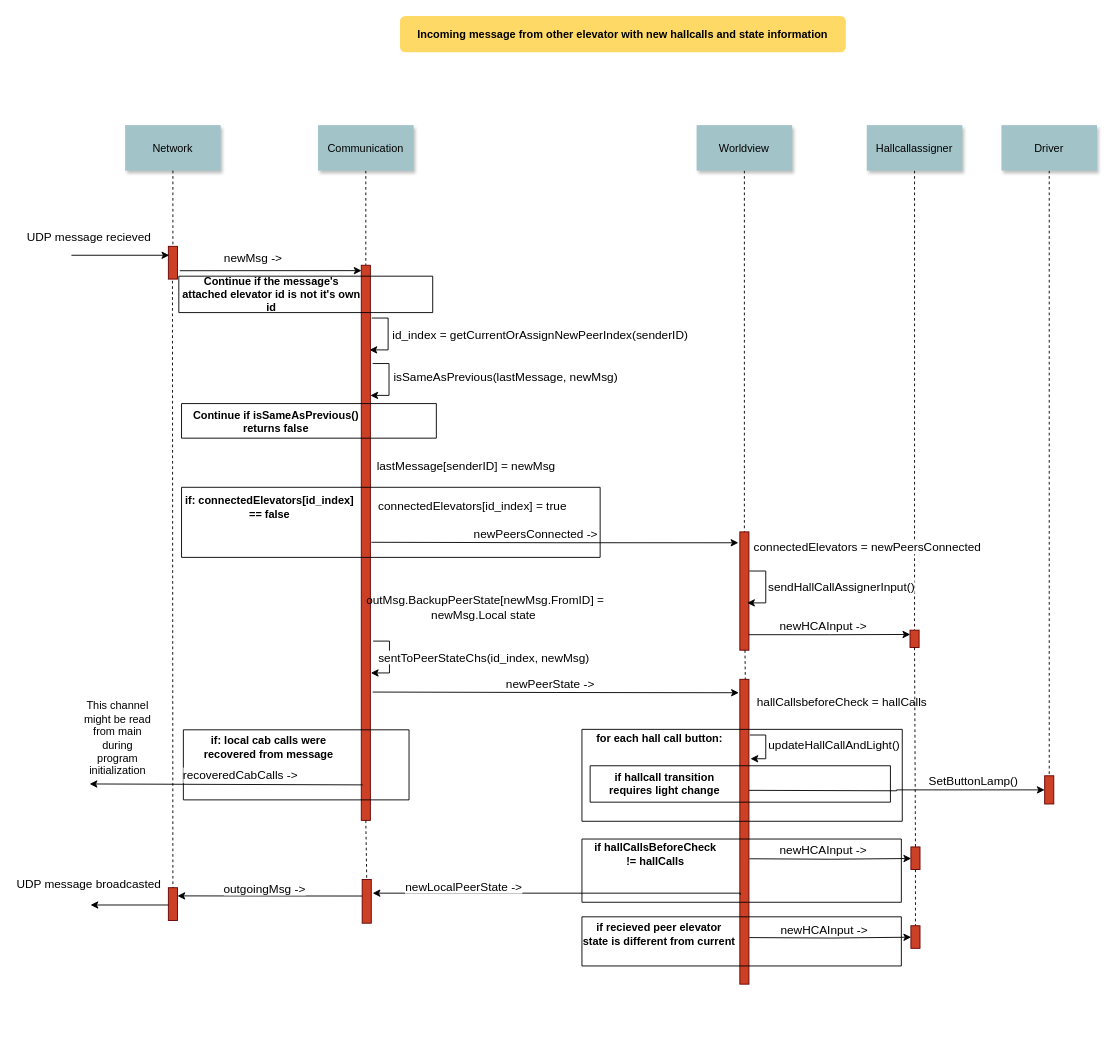
Before: Diagrammer/messageRecievedSequence.drawio in MathiasSagerup/Sanntid, a draw.io diagram. Source tidied: cells renumbered, new cells numbered last; positions are measured from the earlier drawing's top-left corner, leaving out a move shared by most shapes. Both pictures are drawn from the tidied source at 91%, with x=0, y=0 at pixel (71, 15).
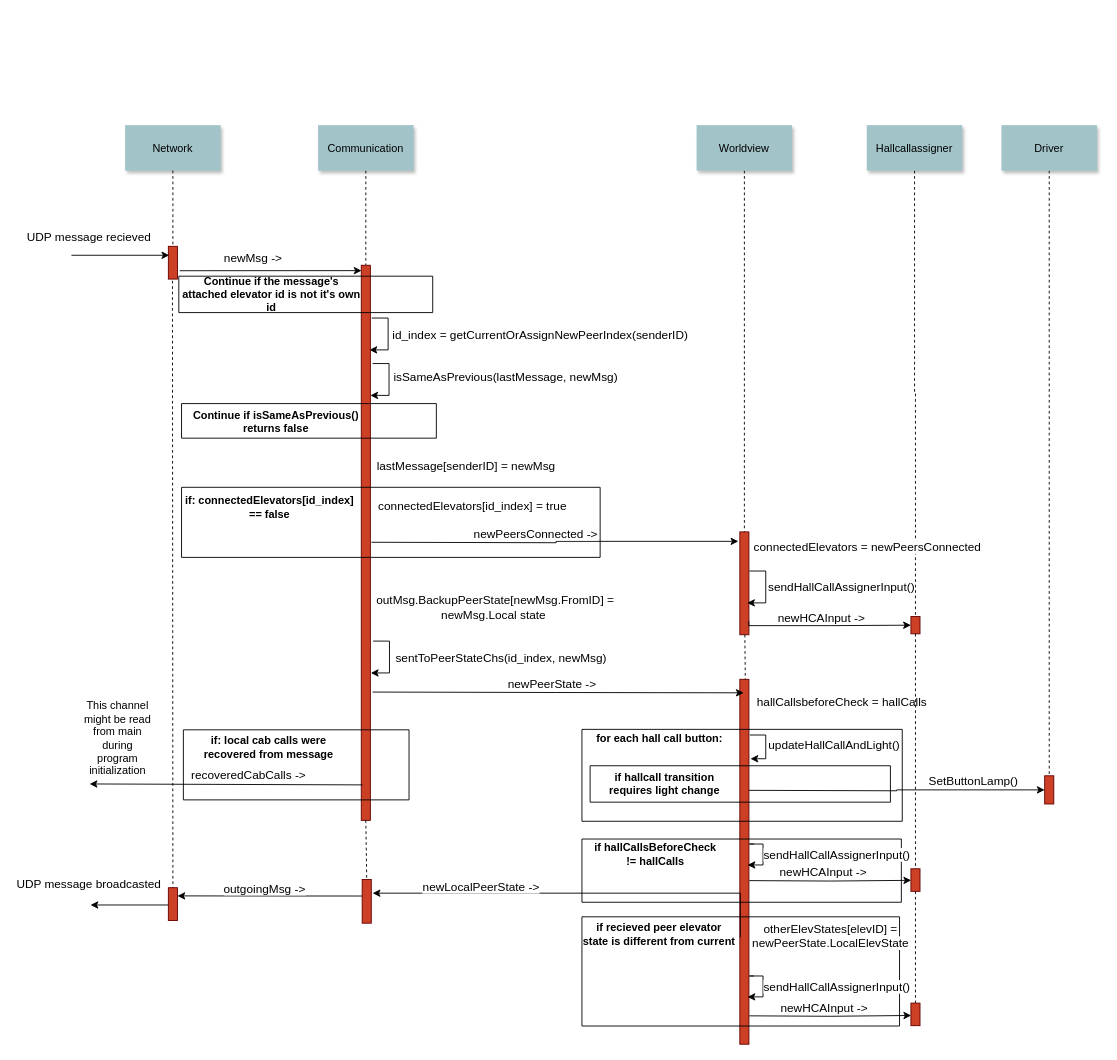
The same page after the edit.

The change refers to these unchanged cells:
```xml
<mxCell id="42" style="swimlane;startSize=0;" parent="1" vertex="1">
  <mxGeometry x="123" y="784.5" width="248" height="77" as="geometry" />
</mxCell>
<mxCell id="49" style="edgeStyle=orthogonalEdgeStyle;rounded=0;orthogonalLoop=1;jettySize=auto;html=1;" parent="1" edge="1">
  <mxGeometry relative="1" as="geometry">
    <mxPoint x="331.5" y="687" as="sourcePoint" />
    <mxPoint x="329" y="722" as="targetPoint" />
    <Array as="points">
      <mxPoint x="349.5" y="687" />
      <mxPoint x="349.5" y="722" />
    </Array>
  </mxGeometry>
</mxCell>
```

Diff of the diagram source:
```diff
@@
-    <mxCell id="2" value="Incoming message from other elevator with new hallcalls and state information" style="rounded=1;fontStyle=1;fillColor=#FFD966;strokeColor=none;" parent="1" vertex="1">
-      <mxGeometry x="361" width="490" height="40" as="geometry" />
-    </mxCell>
@@
     <mxCell id="16" style="fillColor=#CC4125;strokeColor=#660000;" parent="1" vertex="1">
-      <mxGeometry x="734.5" y="567" width="10" height="130" as="geometry" />
+      <mxGeometry x="734.5" y="567" width="10" height="113" as="geometry" />
     </mxCell>
@@
     <mxCell id="19" style="fillColor=#CC4125;strokeColor=#660000;" parent="1" vertex="1">
-      <mxGeometry x="921.5" y="675" width="10" height="19" as="geometry" />
+      <mxGeometry x="922.5" y="660" width="10" height="19" as="geometry" />
     </mxCell>
@@
-    <mxCell id="31" style="edgeStyle=orthogonalEdgeStyle;rounded=0;jettySize=auto;html=1;entryX=0.025;entryY=0.138;entryDx=0;entryDy=0;entryPerimeter=0;exitX=0.983;exitY=0.869;exitDx=0;exitDy=0;exitPerimeter=0;" parent="1" edge="1" source="16">
+    <mxCell id="31" style="edgeStyle=orthogonalEdgeStyle;rounded=0;jettySize=auto;html=1;entryX=0;entryY=0.5;entryDx=0;entryDy=0;exitX=0.983;exitY=0.869;exitDx=0;exitDy=0;exitPerimeter=0;" parent="1" edge="1" source="16" target="19">
       <mxGeometry relative="1" as="geometry">
-        <mxPoint x="921.8" y="679.7" as="targetPoint" />
+        <Array as="points">
+          <mxPoint x="744" y="670" />
+          <mxPoint x="834" y="670" />
+        </Array>
       </mxGeometry>
     </mxCell>
@@
     <mxCell id="37" style="fillColor=#CC4125;strokeColor=#660000;" parent="1" vertex="1">
-      <mxGeometry x="734.5" y="729" width="10" height="335" as="geometry" />
+      <mxGeometry x="734.5" y="729" width="10" height="401" as="geometry" />
     </mxCell>
@@
     <mxCell id="44" value="recoveredCabCalls -&gt;" style="edgeStyle=none;verticalLabelPosition=top;verticalAlign=bottom;labelPosition=left;align=right;fontSize=13;" parent="42" edge="1">
       <mxGeometry as="geometry">
         <mxPoint x="197" y="60.5" as="sourcePoint" />
         <mxPoint x="-103" y="59.5" as="targetPoint" />
-        <mxPoint x="81" as="offset" />
+        <mxPoint x="90" y="-1" as="offset" />
       </mxGeometry>
     </mxCell>
@@
     <mxCell id="46" value="&lt;font&gt;outMsg.BackupPeerState[newMsg.FromID] = newMsg.Local state&amp;nbsp;&lt;/font&gt;" style="text;html=1;whiteSpace=wrap;strokeColor=none;fillColor=none;align=center;verticalAlign=middle;rounded=0;fontSize=13;" parent="1" vertex="1">
-      <mxGeometry x="310" y="635" width="290" height="30" as="geometry" />
+      <mxGeometry x="321" y="635" width="290" height="30" as="geometry" />
     </mxCell>
-    <mxCell id="47" style="edgeStyle=orthogonalEdgeStyle;rounded=0;jettySize=auto;html=1;entryX=-0.107;entryY=0.044;entryDx=0;entryDy=0;entryPerimeter=0;" parent="1" edge="1" target="37">
+    <mxCell id="47" style="edgeStyle=orthogonalEdgeStyle;rounded=0;jettySize=auto;html=1;entryX=0.424;entryY=0.037;entryDx=0;entryDy=0;entryPerimeter=0;" parent="1" edge="1" target="37">
       <mxGeometry relative="1" as="geometry">
         <mxPoint x="331" y="743" as="sourcePoint" />
       </mxGeometry>
     </mxCell>
@@
     <mxCell id="50" value="sentToPeerStateChs(id_index, newMsg)" style="edgeLabel;html=1;align=center;verticalAlign=middle;fontSize=13;" parent="49" vertex="1">
       <mxGeometry x="-0.08" relative="1" as="geometry">
-        <mxPoint x="103" y="1" as="offset" />
+        <mxPoint x="122" y="1" as="offset" />
       </mxGeometry>
     </mxCell>
@@
     <mxCell id="61" style="fillColor=#CC4125;strokeColor=#660000;" parent="1" vertex="1">
-      <mxGeometry x="922.5" y="913.2" width="10" height="24.8" as="geometry" />
+      <mxGeometry x="922.5" y="937.2" width="10" height="24.8" as="geometry" />
     </mxCell>
     <mxCell id="62" style="edgeStyle=orthogonalEdgeStyle;rounded=0;orthogonalLoop=1;jettySize=auto;html=1;entryX=0.025;entryY=0.138;entryDx=0;entryDy=0;entryPerimeter=0;exitX=0.983;exitY=0.869;exitDx=0;exitDy=0;exitPerimeter=0;" parent="1" edge="1">
       <mxGeometry relative="1" as="geometry">
-        <mxPoint x="745" y="926.2" as="sourcePoint" />
-        <mxPoint x="922.8" y="925.9" as="targetPoint" />
+        <mxPoint x="745" y="950.2" as="sourcePoint" />
+        <mxPoint x="922.8" y="949.9" as="targetPoint" />
       </mxGeometry>
     </mxCell>
@@
     <mxCell id="75" style="swimlane;startSize=0;" parent="1" vertex="1">
-      <mxGeometry x="561" y="990" width="351" height="54" as="geometry" />
+      <mxGeometry x="561" y="990" width="349" height="120" as="geometry" />
     </mxCell>
@@
+    <mxCell id="80" value="&lt;span style=&quot;background-color: rgb(255, 255, 255);&quot;&gt;otherElevStates[elevID] = newPeerState.LocalElevState&lt;/span&gt;" style="text;html=1;whiteSpace=wrap;strokeColor=none;fillColor=none;align=center;verticalAlign=middle;rounded=0;fontSize=13;" parent="75" vertex="1">
+      <mxGeometry x="198" y="10.5" width="151" height="20" as="geometry" />
+    </mxCell>
     <mxCell id="77" style="fillColor=#CC4125;strokeColor=#660000;" parent="1" vertex="1">
-      <mxGeometry x="922.5" y="999.8" width="10" height="24.8" as="geometry" />
+      <mxGeometry x="922.5" y="1084.8" width="10" height="24.8" as="geometry" />
     </mxCell>
     <mxCell id="78" style="edgeStyle=orthogonalEdgeStyle;rounded=0;orthogonalLoop=1;jettySize=auto;html=1;entryX=0.025;entryY=0.138;entryDx=0;entryDy=0;entryPerimeter=0;exitX=0.983;exitY=0.869;exitDx=0;exitDy=0;exitPerimeter=0;" parent="1" edge="1">
       <mxGeometry relative="1" as="geometry">
-        <mxPoint x="745" y="1012.8" as="sourcePoint" />
-        <mxPoint x="922.8" y="1012.4" as="targetPoint" />
+        <mxPoint x="745" y="1098.8" as="sourcePoint" />
+        <mxPoint x="922.8" y="1098.4" as="targetPoint" />
       </mxGeometry>
     </mxCell>
@@
+    <mxCell id="81" style="edgeStyle=orthogonalEdgeStyle;rounded=0;orthogonalLoop=1;jettySize=auto;html=1;" parent="1" edge="1">
+      <mxGeometry relative="1" as="geometry">
+        <mxPoint x="750" y="910" as="sourcePoint" />
+        <mxPoint x="743" y="933" as="targetPoint" />
+        <Array as="points">
+          <mxPoint x="745" y="910" />
+          <mxPoint x="760" y="910" />
+          <mxPoint x="760" y="933" />
+        </Array>
+      </mxGeometry>
+    </mxCell>
+    <mxCell id="82" value="sendHallCallAssignerInput()" style="edgeLabel;html=1;align=center;verticalAlign=middle;fontSize=13;" parent="81" vertex="1">
+      <mxGeometry x="-0.08" relative="1" as="geometry">
+        <mxPoint x="80" y="3" as="offset" />
+      </mxGeometry>
+    </mxCell>
+    <mxCell id="83" style="edgeStyle=orthogonalEdgeStyle;rounded=0;orthogonalLoop=1;jettySize=auto;html=1;" parent="1" edge="1">
+      <mxGeometry relative="1" as="geometry">
+        <mxPoint x="750" y="1055" as="sourcePoint" />
+        <mxPoint x="743" y="1078" as="targetPoint" />
+        <Array as="points">
+          <mxPoint x="745" y="1055" />
+          <mxPoint x="760" y="1055" />
+          <mxPoint x="760" y="1078" />
+        </Array>
+      </mxGeometry>
+    </mxCell>
+    <mxCell id="84" value="sendHallCallAssignerInput()" style="edgeLabel;html=1;align=center;verticalAlign=middle;fontSize=13;" parent="83" vertex="1">
+      <mxGeometry x="-0.08" relative="1" as="geometry">
+        <mxPoint x="80" y="3" as="offset" />
+      </mxGeometry>
+    </mxCell>
```
